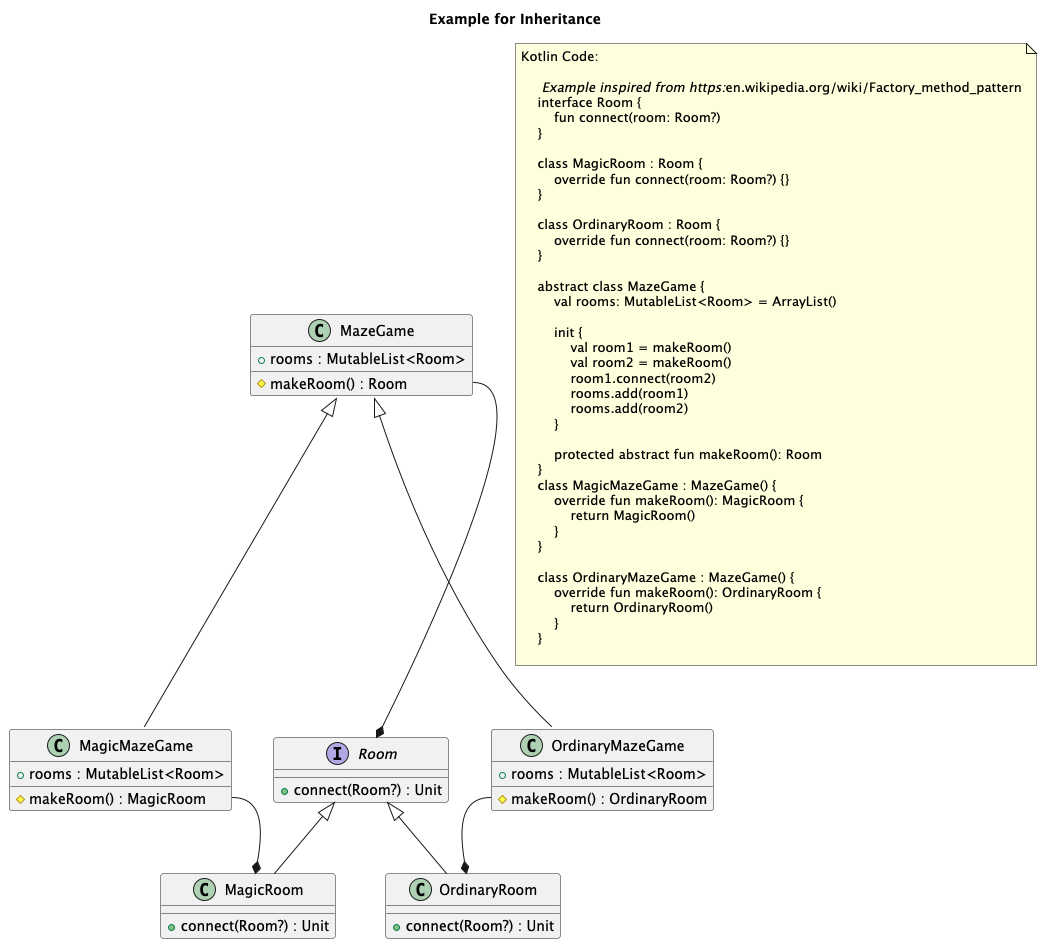
The PlantUML diagram doc/plantuml/Inheritance.png in Tosaa/ksp-plantuml, before a commit.
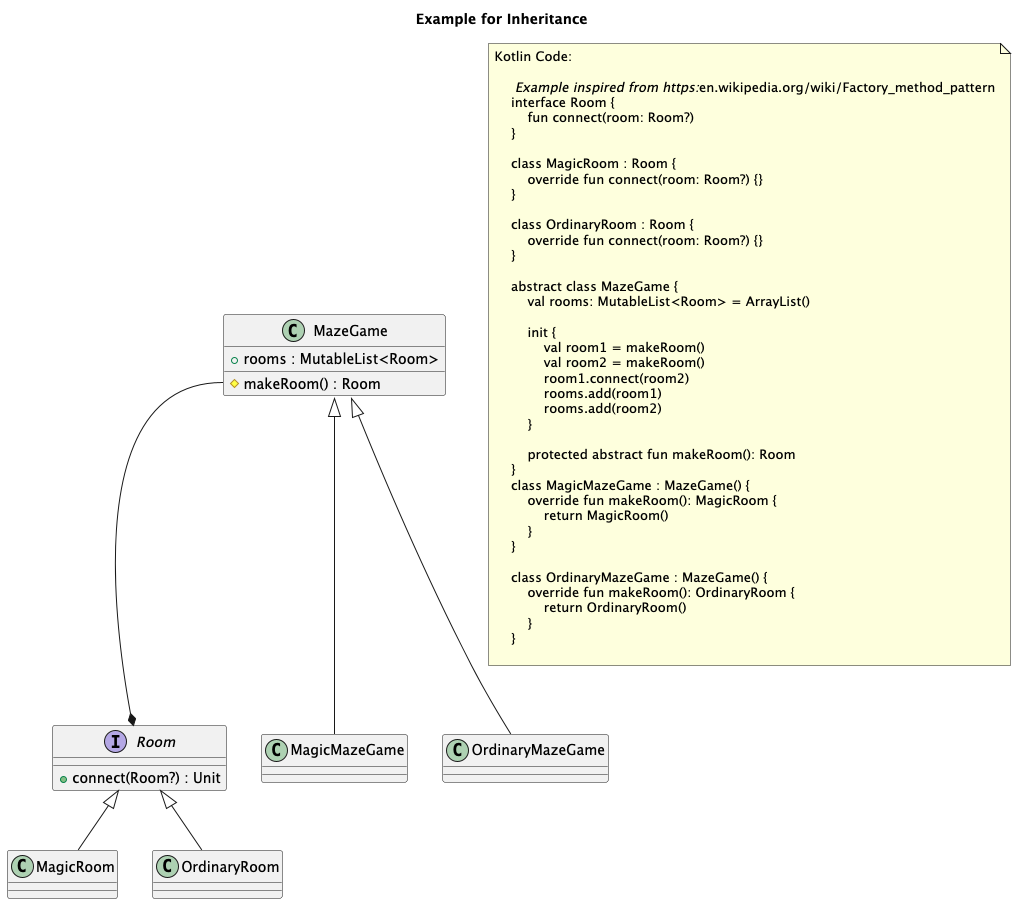
Above is the later version.

Diff of the diagram source:
```diff
@@ -7,12 +7,12 @@
 
 
     class "MagicRoom" as MagicRoom {
-        + connect(Room?) : Unit
+
     }
 
 
     class "OrdinaryRoom" as OrdinaryRoom {
-        + connect(Room?) : Unit
+
     }
 
 
@@ -23,14 +23,12 @@
 
 
     class "MagicMazeGame" as MagicMazeGame {
-        + rooms : MutableList<Room>
-		# makeRoom() : MagicRoom
+
     }
 
 
     class "OrdinaryMazeGame" as OrdinaryMazeGame {
-        + rooms : MutableList<Room>
-		# makeRoom() : OrdinaryRoom
+
     }
 
 
@@ -40,9 +38,6 @@
 MazeGame <|-- OrdinaryMazeGame
 
 MazeGame::makeRoom --* Room
-MagicMazeGame::makeRoom --* MagicRoom
-OrdinaryMazeGame::makeRoom --* OrdinaryRoom
-
 note as note_of_code
 Kotlin Code:
 
```
